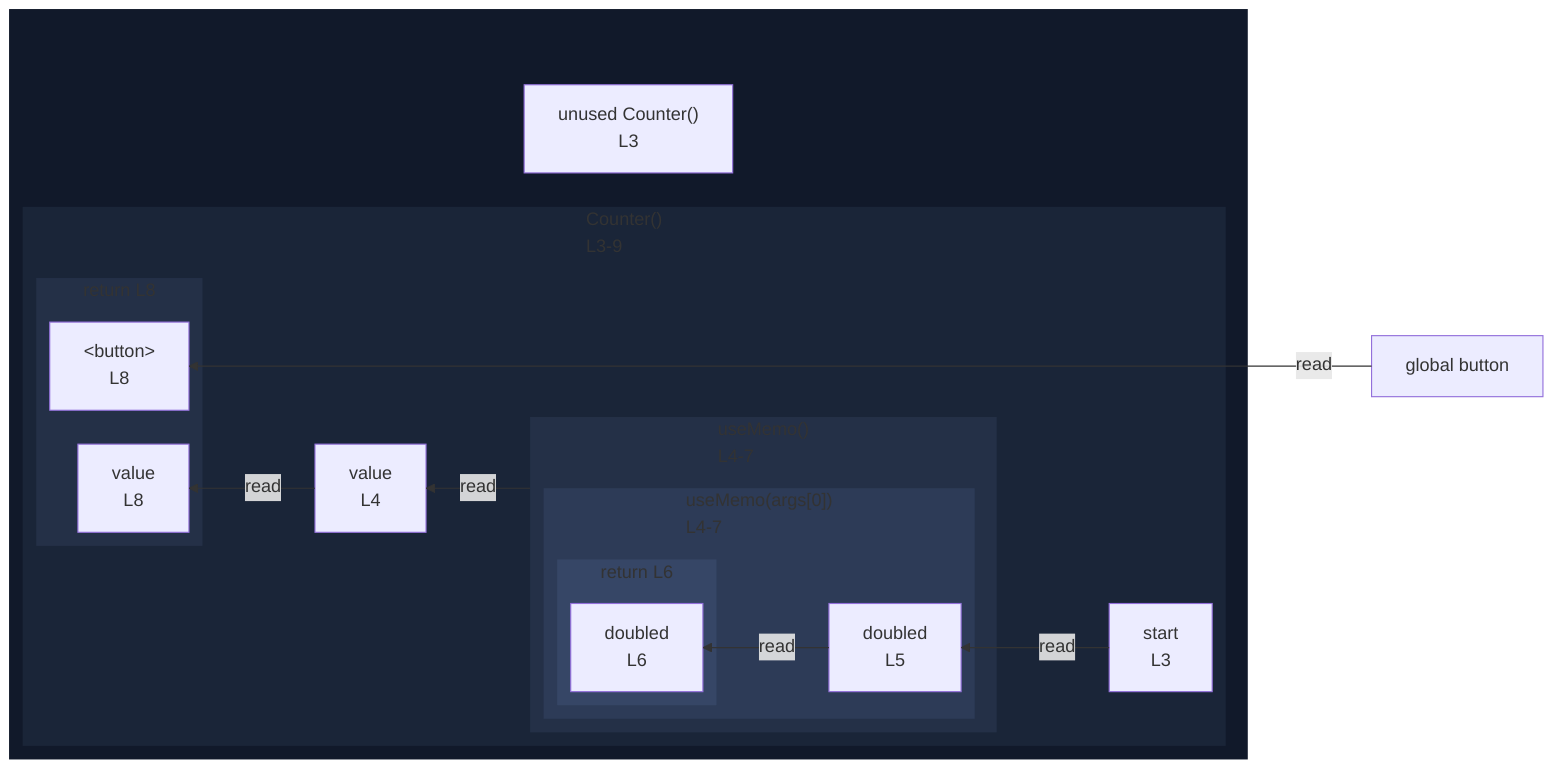
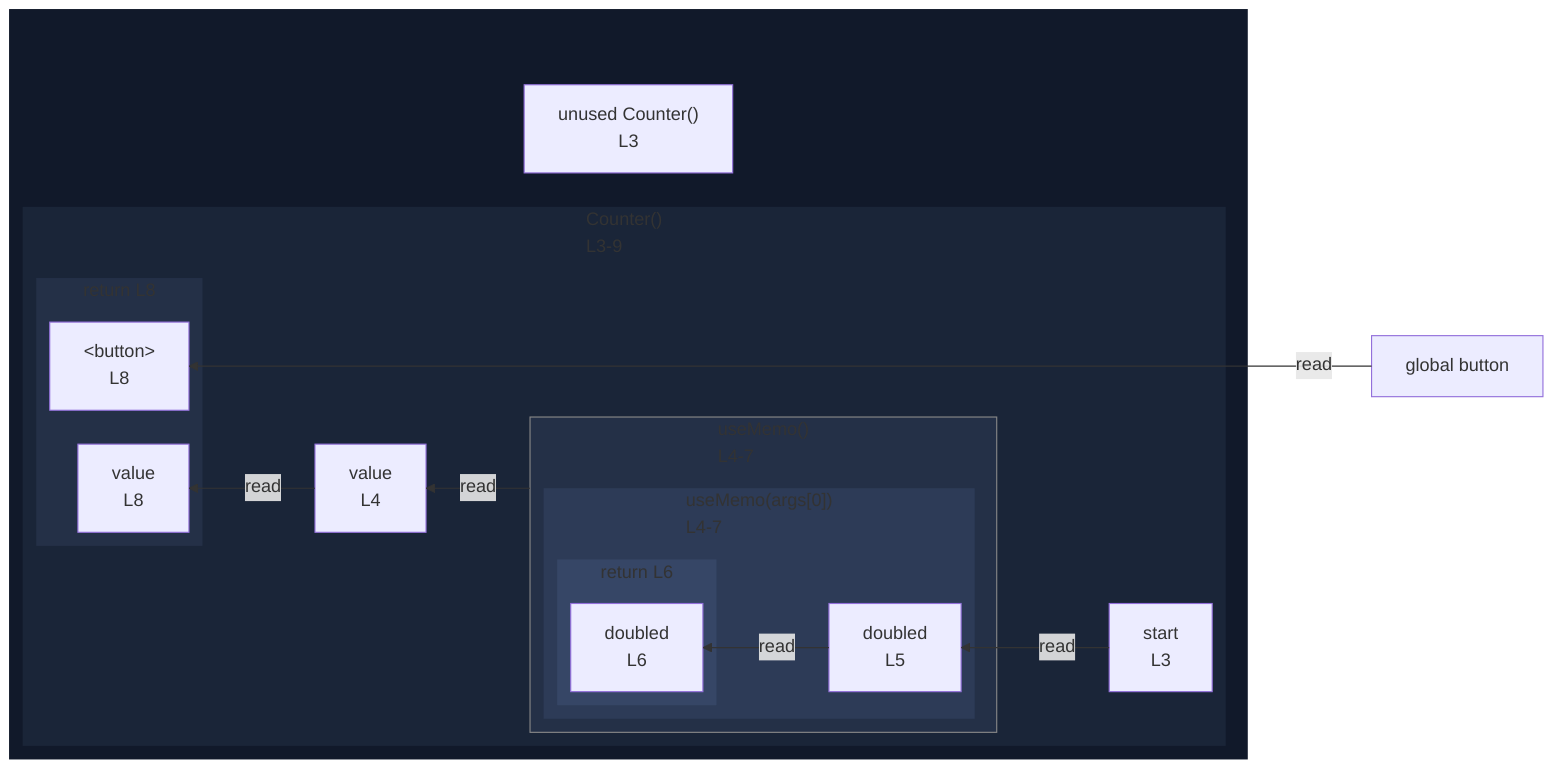
%%{init: {"flowchart": {"defaultRenderer": "elk"}}}%%
flowchart RL
  n_scope_0_button_194["global button"]
  subgraph wrap_s_scope_1[" "]
    direction TB
    n_scope_0_Counter_40["unused Counter()<br/>L3"]
    subgraph s_scope_1["Counter()<br/>L3-9"]
      direction RL
      n_scope_1_start_53["start<br/>L3"]
      n_scope_1_value_94["value<br/>L4"]
      subgraph call_proxy_102["useMemo()<br/>L4-7"]
        direction RL
        subgraph s_scope_2["useMemo(args[0])<br/>L4-7"]
          direction RL
          n_scope_2_doubled_128["doubled<br/>L5"]
          subgraph s_return_scope_0_Counter_40_153_168["return L6"]
            direction RL
            ret_use_ref_5["doubled<br/>L6"]
          end
        end
      end
      subgraph s_return_scope_0_Counter_40_186_218["return L8"]
        direction RL
        ret_use_ref_7["&lt;button&gt;<br/>L8"]
        ret_use_ref_8["value<br/>L8"]
      end
    end
  end
  call_proxy_102 -->|read| n_scope_1_value_94
  n_scope_1_start_53 -->|read| n_scope_2_doubled_128
  n_scope_2_doubled_128 -->|read| ret_use_ref_5
  n_scope_0_button_194 -->|read| ret_use_ref_7
  n_scope_1_value_94 -->|read| ret_use_ref_8
  classDef nestL1 fill:#11192a,stroke:transparent;
  class wrap_s_scope_1 nestL1;
  classDef nestL2 fill:#1a2538,stroke:transparent;
  class s_scope_1 nestL2;
  classDef nestL3 fill:#243047,stroke:transparent;
  class call_proxy_102 nestL3;
  class s_return_scope_0_Counter_40_186_218 nestL3;
  classDef nestL4 fill:#2d3b57,stroke:transparent;
  class s_scope_2 nestL4;
  classDef nestL5 fill:#364666,stroke:transparent;
  class s_return_scope_0_Counter_40_153_168 nestL5;
+   classDef edgeSourceSubgraph stroke:#888;
+   class call_proxy_102 edgeSourceSubgraph;
